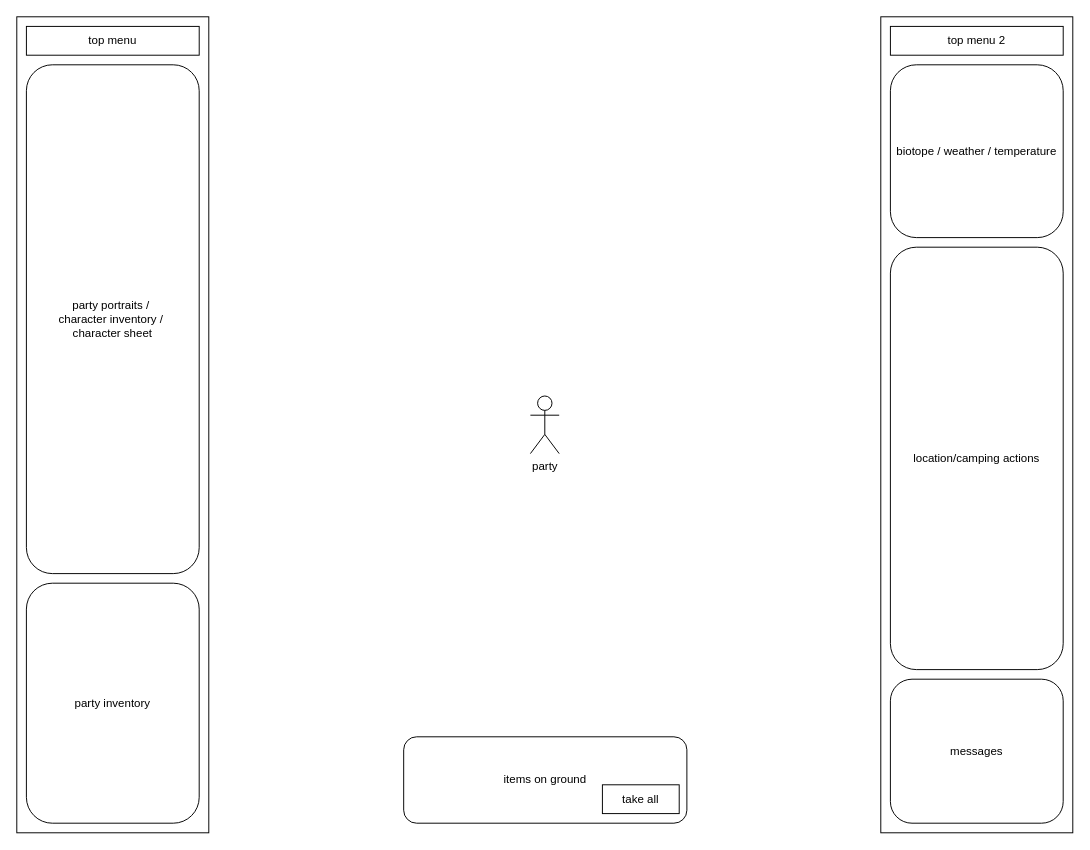
This is doc/UI.drawio from lotcz/heroes, a draw.io file, before an edit. Source tidied: cells renumbered, new cells numbered last; positions are measured from the earlier drawing's top-left corner, leaving out a move shared by most shapes. Both pictures are drawn from the tidied source at 96%, with x=0, y=0 at pixel (16, 16).
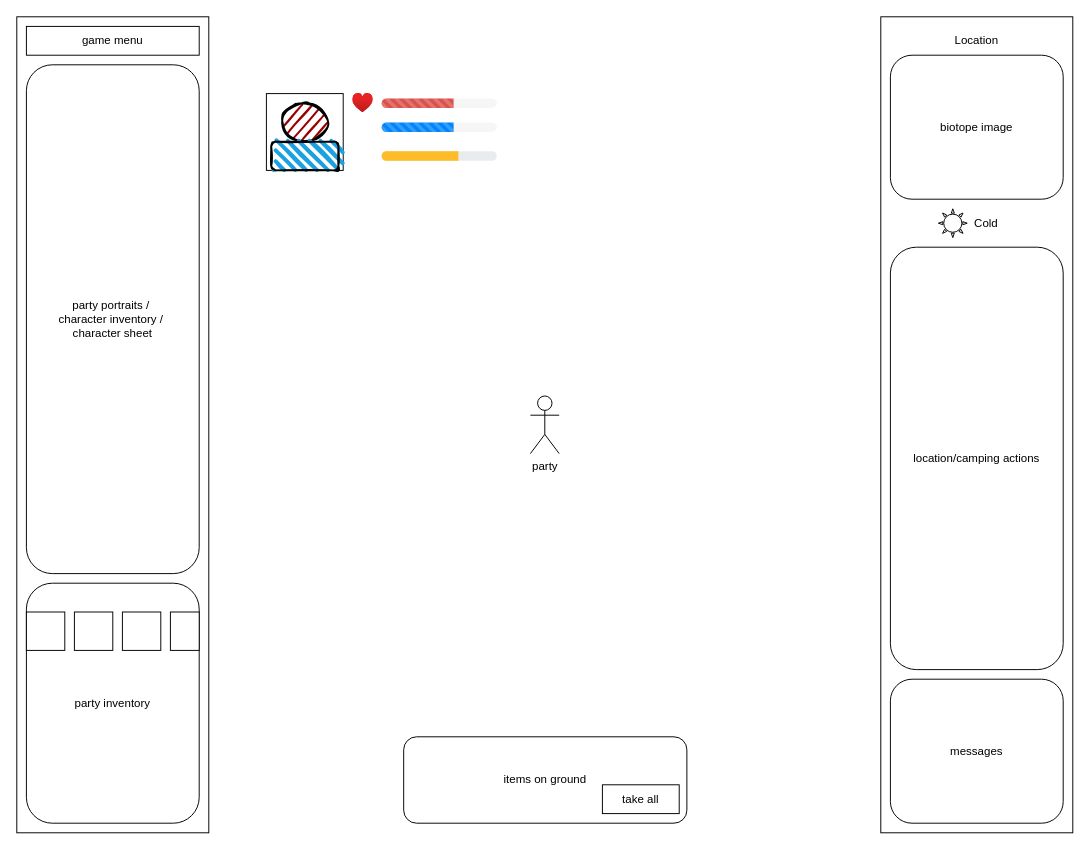
The same page after the edit.

Diff of the diagram source:
```diff
@@
-    <mxCell id="4" value="biotope / weather / temperature" style="rounded=1;whiteSpace=wrap;html=1;" parent="1" vertex="1">
-      <mxGeometry x="910" y="50" width="180" height="180" as="geometry" />
+    <mxCell id="4" value="biotope image" style="rounded=1;whiteSpace=wrap;html=1;" parent="1" vertex="1">
+      <mxGeometry x="910" y="40" width="180" height="150" as="geometry" />
     </mxCell>
@@
-    <mxCell id="7" value="top menu" style="rounded=0;whiteSpace=wrap;html=1;" parent="1" vertex="1">
+    <mxCell id="7" value="game menu" style="rounded=0;whiteSpace=wrap;html=1;" parent="1" vertex="1">
       <mxGeometry x="10" y="10" width="180" height="30" as="geometry" />
     </mxCell>
@@
-    <mxCell id="12" value="top menu 2" style="rounded=0;whiteSpace=wrap;html=1;" parent="1" vertex="1">
-      <mxGeometry x="910" y="10" width="180" height="30" as="geometry" />
-    </mxCell>
@@
+    <mxCell id="14" style="rounded=0;whiteSpace=wrap;html=1;" parent="1" vertex="1">
+      <mxGeometry x="10" y="620" width="40" height="40" as="geometry" />
+    </mxCell>
+    <mxCell id="15" style="rounded=0;whiteSpace=wrap;html=1;" parent="1" vertex="1">
+      <mxGeometry x="60" y="620" width="40" height="40" as="geometry" />
+    </mxCell>
+    <mxCell id="16" style="rounded=0;whiteSpace=wrap;html=1;" parent="1" vertex="1">
+      <mxGeometry x="110" y="620" width="40" height="40" as="geometry" />
+    </mxCell>
+    <mxCell id="17" style="rounded=0;whiteSpace=wrap;html=1;" parent="1" vertex="1">
+      <mxGeometry x="160" y="620" width="30" height="40" as="geometry" />
+    </mxCell>
+    <mxCell id="18" style="group;" parent="1" vertex="1">
+      <mxGeometry x="260" y="80" width="80" height="80" as="geometry" />
+    </mxCell>
+    <mxCell id="19" style="whiteSpace=wrap;html=1;" parent="18" vertex="1">
+      <mxGeometry width="80" height="80" as="geometry" />
+    </mxCell>
+    <mxCell id="20" style="ellipse;whiteSpace=wrap;html=1;strokeWidth=2;fillWeight=2;hachureGap=8;fillColor=#990000;fillStyle=dots;sketch=1;" parent="18" vertex="1">
+      <mxGeometry x="15" y="10" width="50" height="40" as="geometry" />
+    </mxCell>
+    <mxCell id="21" style="rounded=1;whiteSpace=wrap;html=1;strokeWidth=2;fillWeight=4;hachureGap=8;hachureAngle=45;fillColor=#1ba1e2;sketch=1;" parent="18" vertex="1">
+      <mxGeometry x="5" y="50" width="70" height="30" as="geometry" />
+    </mxCell>
+    <mxCell id="22" value="Location" style="text;html=1;whiteSpace=wrap;strokeColor=none;fillColor=none;align=center;verticalAlign=middle;rounded=0;" parent="1" vertex="1">
+      <mxGeometry x="970" y="10" width="60" height="30" as="geometry" />
+    </mxCell>
+    <mxCell id="23" value="Cold" style="text;html=1;whiteSpace=wrap;strokeColor=none;fillColor=none;align=center;verticalAlign=middle;rounded=0;" parent="1" vertex="1">
+      <mxGeometry x="980" y="200" width="60" height="30" as="geometry" />
+    </mxCell>
+    <mxCell id="24" style="verticalLabelPosition=bottom;verticalAlign=top;html=1;shape=mxgraph.basic.sun;" parent="1" vertex="1">
+      <mxGeometry x="960" y="200" width="30" height="30" as="geometry" />
+    </mxCell>
+    <mxCell id="25" style="html=1;shadow=0;dashed=0;shape=mxgraph.bootstrap.rrect;rSize=5;strokeColor=none;fillColor=#f6f6f6;whiteSpace=wrap;" parent="1" vertex="1">
+      <mxGeometry x="380" y="85" width="120" height="10" as="geometry" />
+    </mxCell>
+    <mxCell id="26" style="html=1;shadow=0;dashed=0;shape=mxgraph.bootstrap.leftButtonStriped;fillColor=#DB524C;fontColor=#FFFFFF;whiteSpace=wrap;" parent="25" vertex="1">
+      <mxGeometry width="75" height="10" as="geometry" />
+    </mxCell>
+    <mxCell id="27" style="html=1;shadow=0;dashed=0;shape=mxgraph.bootstrap.rrect;rSize=5;strokeColor=none;fillColor=#f6f6f6;whiteSpace=wrap;" parent="1" vertex="1">
+      <mxGeometry x="380" y="110" width="120" height="10" as="geometry" />
+    </mxCell>
+    <mxCell id="28" style="html=1;shadow=0;dashed=0;shape=mxgraph.bootstrap.leftButtonStriped;fillColor=#0085FC;fontColor=#FFFFFF;whiteSpace=wrap;" parent="27" vertex="1">
+      <mxGeometry width="75" height="10" as="geometry" />
+    </mxCell>
+    <mxCell id="29" style="image;html=1;align=center;fontSize=12;image=img/lib/azure2/general/Heart.svg;" parent="1" vertex="1">
+      <mxGeometry x="350" y="80" width="21.3" height="20" as="geometry" />
+    </mxCell>
+    <mxCell id="30" style="html=1;shadow=0;dashed=0;shape=mxgraph.bootstrap.rrect;rSize=5;fillColor=#E9ECEF;strokeColor=none;" parent="1" vertex="1">
+      <mxGeometry x="380" y="140" width="120" height="10" as="geometry" />
+    </mxCell>
+    <mxCell id="31" style="html=1;shadow=0;dashed=0;shape=mxgraph.bootstrap.leftButton;rSize=5;fillColor=#FFBC26;strokeColor=none;" parent="30" vertex="1">
+      <mxGeometry width="80" height="10" relative="1" as="geometry" />
+    </mxCell>
```
